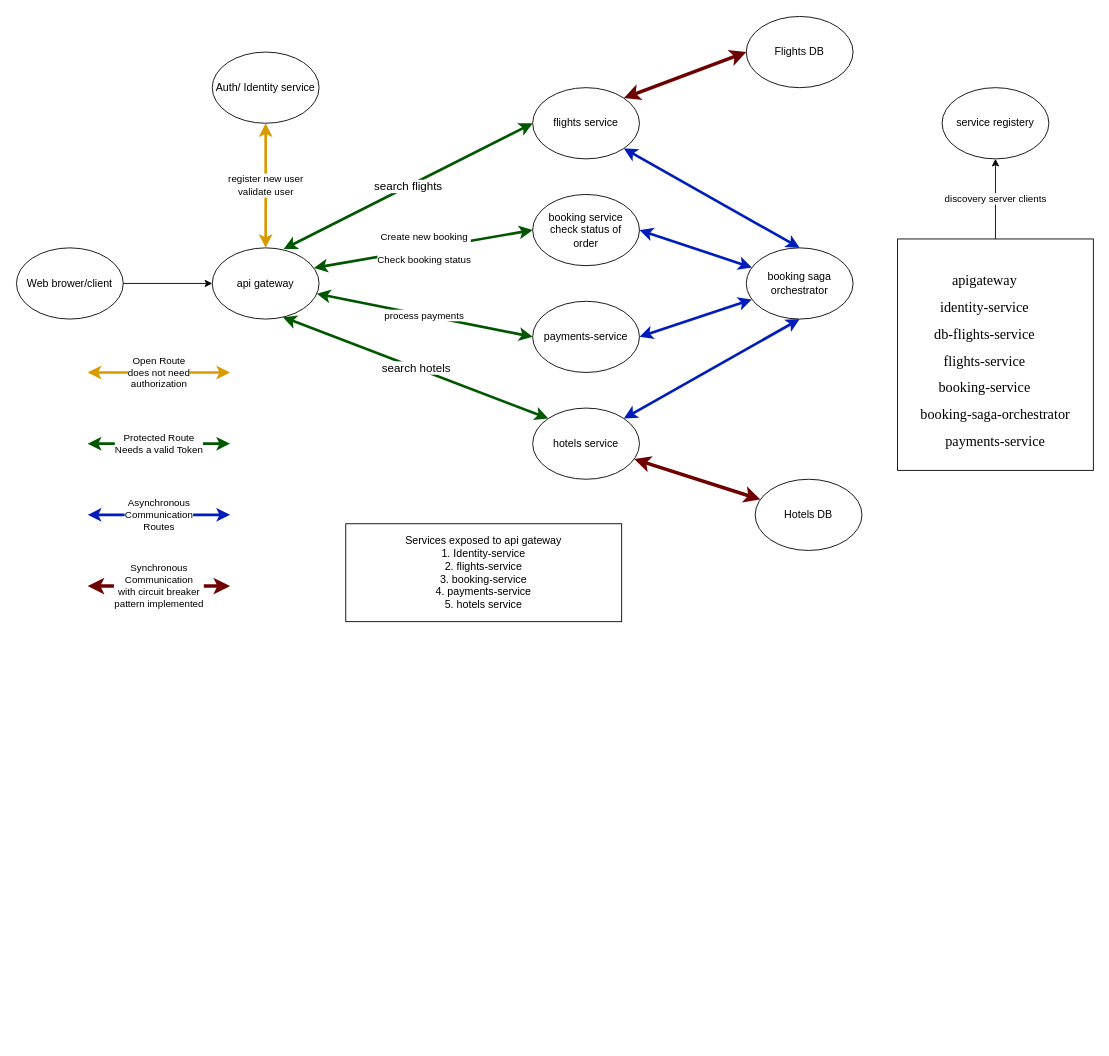
varindersingh6885/bookingsystem-backend keeps this draw.io diagram as HLD.drawio. Above is the earlier version. Source tidied: cells renumbered, new cells numbered last; positions are measured from the earlier drawing's top-left corner, leaving out a move shared by most shapes. Both pictures are drawn from the tidied source at 89%, with x=0, y=0 at pixel (16, 16).
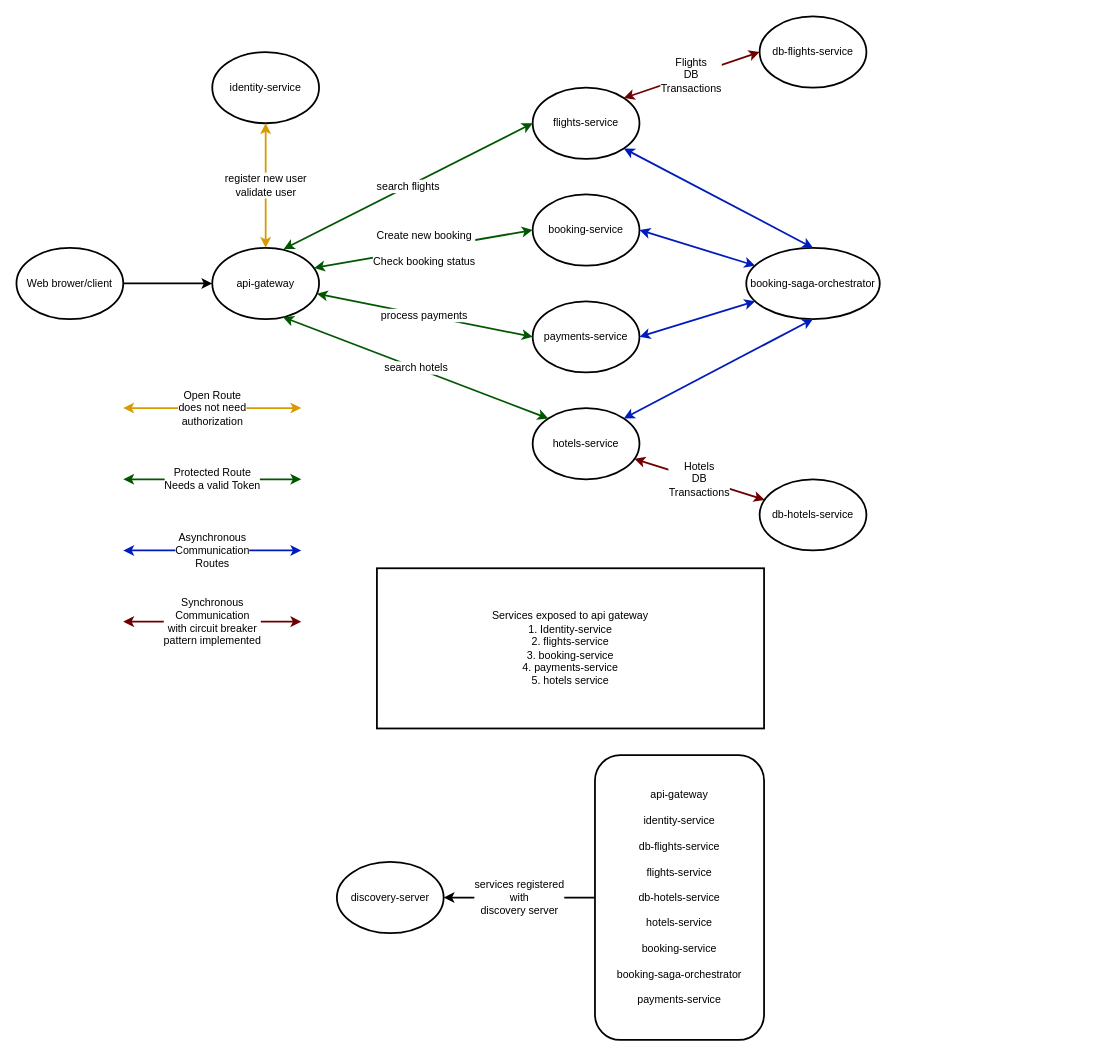
After the change.

The edit, as a diff of the source:
```diff
@@
-    <mxCell id="2" value="flights service" style="ellipse;whiteSpace=wrap;html=1;" parent="1" vertex="1">
+    <mxCell id="2" value="flights-service" style="ellipse;whiteSpace=wrap;html=1;strokeWidth=2;fontSize=12;fontFamily=Helvetica;" parent="1" vertex="1">
       <mxGeometry x="580" y="80" width="120" height="80" as="geometry" />
     </mxCell>
-    <mxCell id="3" value="Flights DB" style="ellipse;whiteSpace=wrap;html=1;" parent="1" vertex="1">
-      <mxGeometry x="820" width="120" height="80" as="geometry" />
+    <mxCell id="3" value="db-flights-service" style="ellipse;whiteSpace=wrap;html=1;strokeWidth=2;fontSize=12;fontFamily=Helvetica;" parent="1" vertex="1">
+      <mxGeometry x="835" width="120" height="80" as="geometry" />
     </mxCell>
-    <mxCell id="4" value="Web brower/client" style="ellipse;whiteSpace=wrap;html=1;" parent="1" vertex="1">
+    <mxCell id="4" value="Web brower/client" style="ellipse;whiteSpace=wrap;html=1;strokeWidth=2;fontSize=12;fontFamily=Helvetica;" parent="1" vertex="1">
       <mxGeometry y="260" width="120" height="80" as="geometry" />
     </mxCell>
-    <mxCell id="5" value="service registery" style="ellipse;whiteSpace=wrap;html=1;" parent="1" vertex="1">
-      <mxGeometry x="1040" y="80" width="120" height="80" as="geometry" />
+    <mxCell id="5" value="discovery-server" style="ellipse;whiteSpace=wrap;html=1;strokeWidth=2;fontSize=12;fontFamily=Helvetica;" parent="1" vertex="1">
+      <mxGeometry x="360" y="950" width="120" height="80" as="geometry" />
     </mxCell>
-    <mxCell id="6" value="api gateway" style="ellipse;whiteSpace=wrap;html=1;" parent="1" vertex="1">
+    <mxCell id="6" value="api-gateway" style="ellipse;whiteSpace=wrap;html=1;strokeWidth=2;fontSize=12;fontFamily=Helvetica;" parent="1" vertex="1">
       <mxGeometry x="220" y="260" width="120" height="80" as="geometry" />
     </mxCell>
-    <mxCell id="7" value="Auth/ Identity service" style="ellipse;whiteSpace=wrap;html=1;" parent="1" vertex="1">
+    <mxCell id="7" value="identity-service" style="ellipse;whiteSpace=wrap;html=1;strokeWidth=2;fontSize=12;fontFamily=Helvetica;" parent="1" vertex="1">
       <mxGeometry x="220" y="40" width="120" height="80" as="geometry" />
     </mxCell>
-    <mxCell id="8" value="&lt;font style=&quot;font-size: 13px;&quot;&gt;search flights&lt;br&gt;&lt;/font&gt;" style="endArrow=classic;startArrow=classic;html=1;rounded=0;exitX=0.668;exitY=0.017;exitDx=0;exitDy=0;entryX=0;entryY=0.5;entryDx=0;entryDy=0;fillColor=#008a00;strokeColor=#005700;strokeWidth=3;exitPerimeter=0;" parent="1" edge="1" source="6" target="2">
+    <mxCell id="8" value="&lt;font style=&quot;font-size: 12px;&quot;&gt;search flights&lt;br style=&quot;font-size: 12px;&quot;&gt;&lt;/font&gt;" style="endArrow=classic;startArrow=classic;html=1;rounded=0;exitX=0.668;exitY=0.017;exitDx=0;exitDy=0;entryX=0;entryY=0.5;entryDx=0;entryDy=0;fillColor=#008a00;strokeColor=#005700;strokeWidth=2;exitPerimeter=0;fontSize=12;fontFamily=Helvetica;" parent="1" edge="1" source="6" target="2">
       <mxGeometry relative="1" as="geometry" />
     </mxCell>
-    <mxCell id="9" style="endArrow=classic;html=1;rounded=0;exitX=1;exitY=0.5;exitDx=0;exitDy=0;entryX=0;entryY=0.5;entryDx=0;entryDy=0;" parent="1" edge="1" source="4" target="6">
+    <mxCell id="9" style="endArrow=classic;html=1;rounded=0;exitX=1;exitY=0.5;exitDx=0;exitDy=0;entryX=0;entryY=0.5;entryDx=0;entryDy=0;strokeWidth=2;fontSize=12;fontFamily=Helvetica;" parent="1" edge="1" source="4" target="6">
       <mxGeometry relative="1" as="geometry" />
     </mxCell>
-    <mxCell id="10" value="booking saga orchestrator" style="ellipse;whiteSpace=wrap;html=1;" parent="1" vertex="1">
-      <mxGeometry x="820" y="260" width="120" height="80" as="geometry" />
+    <mxCell id="10" value="booking-saga-orchestrator" style="ellipse;whiteSpace=wrap;html=1;strokeWidth=2;fontSize=12;fontFamily=Helvetica;" parent="1" vertex="1">
+      <mxGeometry x="820" y="260" width="150" height="80" as="geometry" />
     </mxCell>
-    <mxCell id="11" style="endArrow=classic;startArrow=classic;html=1;rounded=0;entryX=1;entryY=1;entryDx=0;entryDy=0;exitX=0.5;exitY=0;exitDx=0;exitDy=0;fillColor=#0050ef;strokeColor=#001DBC;strokeWidth=3;" parent="1" edge="1" source="10" target="2">
+    <mxCell id="11" style="endArrow=classic;startArrow=classic;html=1;rounded=0;entryX=1;entryY=1;entryDx=0;entryDy=0;exitX=0.5;exitY=0;exitDx=0;exitDy=0;fillColor=#0050ef;strokeColor=#001DBC;strokeWidth=2;fontSize=12;fontFamily=Helvetica;" parent="1" edge="1" source="10" target="2">
       <mxGeometry relative="1" as="geometry" />
     </mxCell>
-    <mxCell id="12" value="booking service&lt;br&gt;check status of &lt;br&gt;order" style="ellipse;whiteSpace=wrap;html=1;" parent="1" vertex="1">
+    <mxCell id="12" value="booking-service" style="ellipse;whiteSpace=wrap;html=1;strokeWidth=2;fontSize=12;fontFamily=Helvetica;" parent="1" vertex="1">
       <mxGeometry x="580" y="200" width="120" height="80" as="geometry" />
     </mxCell>
-    <mxCell id="13" value="Create new booking&lt;br&gt;&lt;br&gt;Check booking status" style="endArrow=classic;startArrow=classic;html=1;rounded=0;entryX=0;entryY=0.5;entryDx=0;entryDy=0;fillColor=#008a00;strokeColor=#005700;strokeWidth=3;exitX=0.953;exitY=0.282;exitDx=0;exitDy=0;exitPerimeter=0;" parent="1" edge="1" source="6" target="12">
+    <mxCell id="13" value="Create new booking&lt;br style=&quot;font-size: 12px;&quot;&gt;&lt;br style=&quot;font-size: 12px;&quot;&gt;Check booking status" style="endArrow=classic;startArrow=classic;html=1;rounded=0;entryX=0;entryY=0.5;entryDx=0;entryDy=0;fillColor=#008a00;strokeColor=#005700;strokeWidth=2;exitX=0.953;exitY=0.282;exitDx=0;exitDy=0;exitPerimeter=0;fontSize=12;fontFamily=Helvetica;" parent="1" edge="1" source="6" target="12">
       <mxGeometry relative="1" as="geometry" />
     </mxCell>
-    <mxCell id="14" style="endArrow=classic;startArrow=classic;html=1;rounded=0;fillColor=#0050ef;strokeColor=#001DBC;strokeWidth=3;" parent="1" edge="1" target="10">
+    <mxCell id="14" style="endArrow=classic;startArrow=classic;html=1;rounded=0;fillColor=#0050ef;strokeColor=#001DBC;strokeWidth=2;fontSize=12;fontFamily=Helvetica;" parent="1" edge="1" target="10">
       <mxGeometry relative="1" as="geometry">
         <mxPoint x="700" y="240" as="sourcePoint" />
       </mxGeometry>
     </mxCell>
-    <mxCell id="15" value="payments-service" style="ellipse;whiteSpace=wrap;html=1;" parent="1" vertex="1">
+    <mxCell id="15" value="payments-service" style="ellipse;whiteSpace=wrap;html=1;strokeWidth=2;fontSize=12;fontFamily=Helvetica;" parent="1" vertex="1">
       <mxGeometry x="580" y="320" width="120" height="80" as="geometry" />
     </mxCell>
-    <mxCell id="16" value="process payments" style="endArrow=classic;startArrow=classic;html=1;rounded=0;exitX=0;exitY=0.5;exitDx=0;exitDy=0;fillColor=#008a00;strokeColor=#005700;strokeWidth=3;" parent="1" edge="1" source="15" target="6">
+    <mxCell id="16" value="process payments" style="endArrow=classic;startArrow=classic;html=1;rounded=0;exitX=0;exitY=0.5;exitDx=0;exitDy=0;fillColor=#008a00;strokeColor=#005700;strokeWidth=2;fontSize=12;fontFamily=Helvetica;" parent="1" edge="1" source="15" target="6">
       <mxGeometry relative="1" as="geometry" />
     </mxCell>
-    <mxCell id="17" value="register new user&lt;br&gt;validate user" style="endArrow=classic;startArrow=classic;html=1;rounded=0;entryX=0.5;entryY=1;entryDx=0;entryDy=0;exitX=0.5;exitY=0;exitDx=0;exitDy=0;fillColor=#ffe6cc;strokeColor=#d79b00;strokeWidth=3;" parent="1" edge="1" source="6" target="7">
+    <mxCell id="17" value="register new user&lt;br style=&quot;font-size: 12px;&quot;&gt;validate user" style="endArrow=classic;startArrow=classic;html=1;rounded=0;entryX=0.5;entryY=1;entryDx=0;entryDy=0;exitX=0.5;exitY=0;exitDx=0;exitDy=0;fillColor=#ffe6cc;strokeColor=#d79b00;strokeWidth=2;fontSize=12;fontFamily=Helvetica;" parent="1" edge="1" source="6" target="7">
       <mxGeometry relative="1" as="geometry" />
     </mxCell>
-    <mxCell id="18" style="endArrow=classic;startArrow=classic;html=1;rounded=0;fillColor=#0050ef;strokeColor=#001DBC;strokeWidth=3;" parent="1" edge="1" target="10">
+    <mxCell id="18" style="endArrow=classic;startArrow=classic;html=1;rounded=0;fillColor=#0050ef;strokeColor=#001DBC;strokeWidth=2;fontSize=12;fontFamily=Helvetica;" parent="1" edge="1" target="10">
       <mxGeometry relative="1" as="geometry">
         <mxPoint x="700" y="360" as="sourcePoint" />
       </mxGeometry>
     </mxCell>
-    <mxCell id="19" value="&lt;p style=&quot;border-color: var(--border-color); text-indent: -18pt;&quot; class=&quot;MsoListParagraphCxSpFirst&quot;&gt;&lt;span style=&quot;background-color: initial; font-family: &amp;quot;Times New Roman&amp;quot;, serif; font-size: 12pt; text-indent: -18pt;&quot;&gt;apigateway&lt;/span&gt;&lt;br&gt;&lt;/p&gt;&lt;p style=&quot;border-color: var(--border-color); text-indent: -18pt;&quot; class=&quot;MsoListParagraphCxSpFirst&quot;&gt;&lt;span style=&quot;border-color: var(--border-color); font-family: &amp;quot;Times New Roman&amp;quot;, serif; font-size: 12pt; text-indent: -18pt; background-color: initial;&quot;&gt;identity-service&lt;/span&gt;&lt;/p&gt;&lt;p style=&quot;border-color: var(--border-color); text-indent: -18pt;&quot; class=&quot;MsoListParagraphCxSpMiddle&quot;&gt;&lt;span style=&quot;border-color: var(--border-color); line-height: 17.12px; font-family: &amp;quot;Times New Roman&amp;quot;, serif; font-size: 12pt;&quot; lang=&quot;EN-US&quot;&gt;db-flights-service&lt;/span&gt;&lt;/p&gt;&lt;p style=&quot;border-color: var(--border-color); text-indent: -18pt;&quot; class=&quot;MsoListParagraphCxSpMiddle&quot;&gt;&lt;span style=&quot;border-color: var(--border-color); line-height: 17.12px; font-family: &amp;quot;Times New Roman&amp;quot;, serif; font-size: 12pt;&quot; lang=&quot;EN-US&quot;&gt;flights-service&lt;/span&gt;&lt;/p&gt;&lt;p style=&quot;border-color: var(--border-color); text-indent: -18pt;&quot; class=&quot;MsoListParagraphCxSpMiddle&quot;&gt;&lt;span style=&quot;border-color: var(--border-color); line-height: 17.12px; font-family: &amp;quot;Times New Roman&amp;quot;, serif; font-size: 12pt;&quot; lang=&quot;EN-US&quot;&gt;booking-service&lt;/span&gt;&lt;/p&gt;&lt;p style=&quot;border-color: var(--border-color); text-indent: -18pt;&quot; class=&quot;MsoListParagraphCxSpMiddle&quot;&gt;&lt;span style=&quot;background-color: initial; font-family: &amp;quot;Times New Roman&amp;quot;, serif; font-size: 12pt; text-indent: -18pt;&quot;&gt;&amp;nbsp; &amp;nbsp; &amp;nbsp; booking-saga-orchestrator&lt;/span&gt;&lt;/p&gt;&lt;span style=&quot;border-color: var(--border-color); line-height: 17.12px; font-family: &amp;quot;Times New Roman&amp;quot;, serif; font-size: 12pt;&quot; lang=&quot;EN-US&quot;&gt;&lt;div style=&quot;&quot;&gt;&lt;span style=&quot;font-size: 12pt; background-color: initial;&quot;&gt;payments-service&lt;/span&gt;&lt;/div&gt;&lt;/span&gt;" style="rounded=0;whiteSpace=wrap;html=1;align=center;" parent="1" vertex="1">
-      <mxGeometry x="990" y="250" width="220" height="260" as="geometry" />
-    </mxCell>
-    <mxCell id="20" value="discovery server clients" style="endArrow=classic;html=1;rounded=0;exitX=0.5;exitY=0;exitDx=0;exitDy=0;entryX=0.5;entryY=1;entryDx=0;entryDy=0;" parent="1" edge="1" source="19" target="5">
+    <mxCell id="20" value="&lt;font style=&quot;font-size: 12px;&quot;&gt;services registered&lt;br style=&quot;font-size: 12px;&quot;&gt;with&lt;br style=&quot;font-size: 12px;&quot;&gt;discovery server&lt;/font&gt;" style="endArrow=classic;html=1;rounded=0;entryX=1;entryY=0.5;entryDx=0;entryDy=0;exitX=0;exitY=0.5;exitDx=0;exitDy=0;strokeWidth=2;fontSize=12;fontFamily=Helvetica;" parent="1" edge="1" source="32" target="5">
       <mxGeometry relative="1" as="geometry" />
     </mxCell>
-    <mxCell id="21" value="Open Route&lt;br&gt;does not need &lt;br&gt;authorization" style="endArrow=classic;startArrow=classic;html=1;rounded=0;fillColor=#ffe6cc;strokeColor=#d79b00;strokeWidth=3;" parent="1" edge="1">
+    <mxCell id="21" value="&lt;font style=&quot;font-size: 12px;&quot;&gt;Open Route&lt;br style=&quot;font-size: 12px;&quot;&gt;does not need &lt;br style=&quot;font-size: 12px;&quot;&gt;authorization&lt;/font&gt;" style="endArrow=classic;startArrow=classic;html=1;rounded=0;fillColor=#ffe6cc;strokeColor=#d79b00;strokeWidth=2;fontSize=12;fontFamily=Helvetica;" parent="1" edge="1">
       <mxGeometry relative="1" as="geometry">
-        <mxPoint x="80" y="400" as="sourcePoint" />
-        <mxPoint x="240" y="400" as="targetPoint" />
+        <mxPoint x="120" y="440" as="sourcePoint" />
+        <mxPoint x="320" y="440" as="targetPoint" />
       </mxGeometry>
     </mxCell>
-    <mxCell id="22" value="Protected Route&lt;br&gt;Needs a valid Token" style="endArrow=classic;startArrow=classic;html=1;rounded=0;fillColor=#008a00;strokeColor=#005700;strokeWidth=3;" parent="1" edge="1">
+    <mxCell id="22" value="&lt;font style=&quot;font-size: 12px;&quot;&gt;Protected Route&lt;br style=&quot;font-size: 12px;&quot;&gt;Needs a valid Token&lt;/font&gt;" style="endArrow=classic;startArrow=classic;html=1;rounded=0;fillColor=#008a00;strokeColor=#005700;strokeWidth=2;fontSize=12;fontFamily=Helvetica;" parent="1" edge="1">
       <mxGeometry relative="1" as="geometry">
-        <mxPoint x="80" y="480" as="sourcePoint" />
-        <mxPoint x="240" y="480" as="targetPoint" />
+        <mxPoint x="120" y="520" as="sourcePoint" />
+        <mxPoint x="320" y="520" as="targetPoint" />
       </mxGeometry>
     </mxCell>
-    <mxCell id="23" value="Asynchronous&lt;br&gt;Communication&lt;br&gt;Routes" style="endArrow=classic;startArrow=classic;html=1;rounded=0;exitX=1;exitY=0.5;exitDx=0;exitDy=0;fillColor=#0050ef;strokeColor=#001DBC;strokeWidth=3;" parent="1" edge="1">
+    <mxCell id="23" value="&lt;font style=&quot;font-size: 12px;&quot;&gt;Asynchronous&lt;br style=&quot;font-size: 12px;&quot;&gt;Communication&lt;br style=&quot;font-size: 12px;&quot;&gt;Routes&lt;/font&gt;" style="endArrow=classic;startArrow=classic;html=1;rounded=0;exitX=1;exitY=0.5;exitDx=0;exitDy=0;fillColor=#0050ef;strokeColor=#001DBC;strokeWidth=2;fontSize=12;fontFamily=Helvetica;" parent="1" edge="1">
       <mxGeometry relative="1" as="geometry">
-        <mxPoint x="80" y="560" as="sourcePoint" />
-        <mxPoint x="240" y="560" as="targetPoint" />
+        <mxPoint x="120" y="600" as="sourcePoint" />
+        <mxPoint x="320" y="600" as="targetPoint" />
       </mxGeometry>
     </mxCell>
-    <mxCell id="24" value="Synchronous&lt;br style=&quot;border-color: var(--border-color);&quot;&gt;Communication&lt;br style=&quot;border-color: var(--border-color);&quot;&gt;with circuit breaker&lt;br style=&quot;border-color: var(--border-color);&quot;&gt;pattern implemented" style="endArrow=classic;startArrow=classic;html=1;rounded=0;fillColor=#a20025;strokeColor=#6F0000;strokeWidth=4;" parent="1" edge="1">
+    <mxCell id="24" value="&lt;font style=&quot;font-size: 12px;&quot;&gt;Synchronous&lt;br style=&quot;border-color: var(--border-color); font-size: 12px;&quot;&gt;Communication&lt;br style=&quot;border-color: var(--border-color); font-size: 12px;&quot;&gt;with circuit breaker&lt;br style=&quot;border-color: var(--border-color); font-size: 12px;&quot;&gt;pattern implemented&lt;/font&gt;" style="endArrow=classic;startArrow=classic;html=1;rounded=0;fillColor=#a20025;strokeColor=#6F0000;strokeWidth=2;fontSize=12;fontFamily=Helvetica;" parent="1" edge="1">
       <mxGeometry relative="1" as="geometry">
-        <mxPoint x="80" y="640" as="sourcePoint" />
-        <mxPoint x="240" y="640" as="targetPoint" />
+        <mxPoint x="120" y="680" as="sourcePoint" />
+        <mxPoint x="320" y="680" as="targetPoint" />
       </mxGeometry>
     </mxCell>
-    <mxCell id="25" style="endArrow=classic;startArrow=classic;html=1;rounded=0;exitX=0;exitY=0.5;exitDx=0;exitDy=0;entryX=1;entryY=0;entryDx=0;entryDy=0;fillColor=#a20025;strokeColor=#6F0000;strokeWidth=4;" parent="1" edge="1" source="3" target="2">
+    <mxCell id="25" value="Flights&lt;br style=&quot;font-size: 12px;&quot;&gt;DB&lt;br style=&quot;font-size: 12px;&quot;&gt;Transactions" style="endArrow=classic;startArrow=classic;html=1;rounded=0;exitX=0;exitY=0.5;exitDx=0;exitDy=0;entryX=1;entryY=0;entryDx=0;entryDy=0;fillColor=#a20025;strokeColor=#6F0000;strokeWidth=2;fontSize=12;fontFamily=Helvetica;" parent="1" edge="1" source="3" target="2">
       <mxGeometry relative="1" as="geometry" />
     </mxCell>
-    <mxCell id="26" value="Services exposed to api gateway&lt;br&gt;1. Identity-service&lt;br&gt;2. flights-service&lt;br&gt;3. booking-service&lt;br&gt;4. payments-service&lt;br&gt;5. hotels service" style="rounded=0;whiteSpace=wrap;html=1;" parent="1" vertex="1">
-      <mxGeometry x="370" y="570" width="310" height="110" as="geometry" />
+    <mxCell id="26" value="&lt;font style=&quot;font-size: 12px;&quot;&gt;Services exposed to api gateway&lt;br style=&quot;font-size: 12px;&quot;&gt;1. Identity-service&lt;br style=&quot;font-size: 12px;&quot;&gt;2. flights-service&lt;br style=&quot;font-size: 12px;&quot;&gt;3. booking-service&lt;br style=&quot;font-size: 12px;&quot;&gt;4. payments-service&lt;br style=&quot;font-size: 12px;&quot;&gt;5. hotels service&lt;/font&gt;" style="rounded=0;whiteSpace=wrap;html=1;strokeWidth=2;fontSize=12;fontFamily=Helvetica;" parent="1" vertex="1">
+      <mxGeometry x="405" y="620" width="435" height="180" as="geometry" />
     </mxCell>
-    <mxCell id="27" value="Hotels DB" style="ellipse;whiteSpace=wrap;html=1;" parent="1" vertex="1">
-      <mxGeometry x="830" y="520" width="120" height="80" as="geometry" />
+    <mxCell id="27" value="db-hotels-service" style="ellipse;whiteSpace=wrap;html=1;strokeWidth=2;fontSize=12;fontFamily=Helvetica;" parent="1" vertex="1">
+      <mxGeometry x="835" y="520" width="120" height="80" as="geometry" />
     </mxCell>
-    <mxCell id="28" value="hotels service" style="ellipse;whiteSpace=wrap;html=1;" parent="1" vertex="1">
+    <mxCell id="28" value="hotels-service" style="ellipse;whiteSpace=wrap;html=1;strokeWidth=2;fontSize=12;fontFamily=Helvetica;" parent="1" vertex="1">
       <mxGeometry x="580" y="440" width="120" height="80" as="geometry" />
     </mxCell>
-    <mxCell id="29" style="endArrow=classic;startArrow=classic;html=1;rounded=0;fillColor=#a20025;strokeColor=#6F0000;strokeWidth=4;" parent="1" edge="1" source="27" target="28">
+    <mxCell id="29" value="Hotels&lt;br style=&quot;font-size: 12px;&quot;&gt;DB&lt;br style=&quot;font-size: 12px;&quot;&gt;Transactions" style="endArrow=classic;startArrow=classic;html=1;rounded=0;fillColor=#a20025;strokeColor=#6F0000;strokeWidth=2;fontSize=12;fontFamily=Helvetica;" parent="1" edge="1" source="27" target="28">
       <mxGeometry relative="1" as="geometry" />
     </mxCell>
-    <mxCell id="30" value="&lt;font style=&quot;font-size: 13px;&quot;&gt;search hotels&lt;br&gt;&lt;/font&gt;" style="endArrow=classic;startArrow=classic;html=1;rounded=0;exitX=0.662;exitY=0.973;exitDx=0;exitDy=0;fillColor=#008a00;strokeColor=#005700;strokeWidth=3;entryX=0;entryY=0;entryDx=0;entryDy=0;exitPerimeter=0;" parent="1" edge="1" source="6" target="28">
+    <mxCell id="30" value="&lt;font style=&quot;font-size: 12px;&quot;&gt;search hotels&lt;br style=&quot;font-size: 12px;&quot;&gt;&lt;/font&gt;" style="endArrow=classic;startArrow=classic;html=1;rounded=0;exitX=0.662;exitY=0.973;exitDx=0;exitDy=0;fillColor=#008a00;strokeColor=#005700;strokeWidth=2;entryX=0;entryY=0;entryDx=0;entryDy=0;exitPerimeter=0;fontSize=12;fontFamily=Helvetica;" parent="1" edge="1" source="6" target="28">
       <mxGeometry relative="1" as="geometry" />
     </mxCell>
-    <mxCell id="31" style="endArrow=classic;startArrow=classic;html=1;rounded=0;entryX=0.5;entryY=1;entryDx=0;entryDy=0;fillColor=#0050ef;strokeColor=#001DBC;strokeWidth=3;exitX=1;exitY=0;exitDx=0;exitDy=0;" parent="1" edge="1" source="28" target="10">
+    <mxCell id="31" style="endArrow=classic;startArrow=classic;html=1;rounded=0;entryX=0.5;entryY=1;entryDx=0;entryDy=0;fillColor=#0050ef;strokeColor=#001DBC;strokeWidth=2;exitX=1;exitY=0;exitDx=0;exitDy=0;fontSize=12;fontFamily=Helvetica;" parent="1" edge="1" source="28" target="10">
       <mxGeometry relative="1" as="geometry" />
     </mxCell>
+    <mxCell id="32" value="&lt;font style=&quot;font-size: 12px;&quot;&gt;api-gateway&lt;br style=&quot;font-size: 12px;&quot;&gt;&lt;br style=&quot;font-size: 12px;&quot;&gt;identity-service&lt;br style=&quot;font-size: 12px;&quot;&gt;&lt;br style=&quot;font-size: 12px;&quot;&gt;db-flights-service&lt;br style=&quot;font-size: 12px;&quot;&gt;&lt;br style=&quot;font-size: 12px;&quot;&gt;flights-service&lt;br style=&quot;font-size: 12px;&quot;&gt;&lt;br style=&quot;font-size: 12px;&quot;&gt;db-hotels-service&lt;br style=&quot;font-size: 12px;&quot;&gt;&lt;br style=&quot;font-size: 12px;&quot;&gt;hotels-service&lt;br style=&quot;font-size: 12px;&quot;&gt;&lt;br style=&quot;font-size: 12px;&quot;&gt;booking-service&lt;br style=&quot;font-size: 12px;&quot;&gt;&lt;br style=&quot;font-size: 12px;&quot;&gt;booking-saga-orchestrator&lt;br style=&quot;font-size: 12px;&quot;&gt;&lt;br style=&quot;font-size: 12px;&quot;&gt;payments-service&lt;/font&gt;" style="rounded=1;whiteSpace=wrap;html=1;strokeWidth=2;fontSize=12;fontFamily=Helvetica;" parent="1" vertex="1">
+      <mxGeometry x="650" y="830" width="190" height="320" as="geometry" />
+    </mxCell>
```
